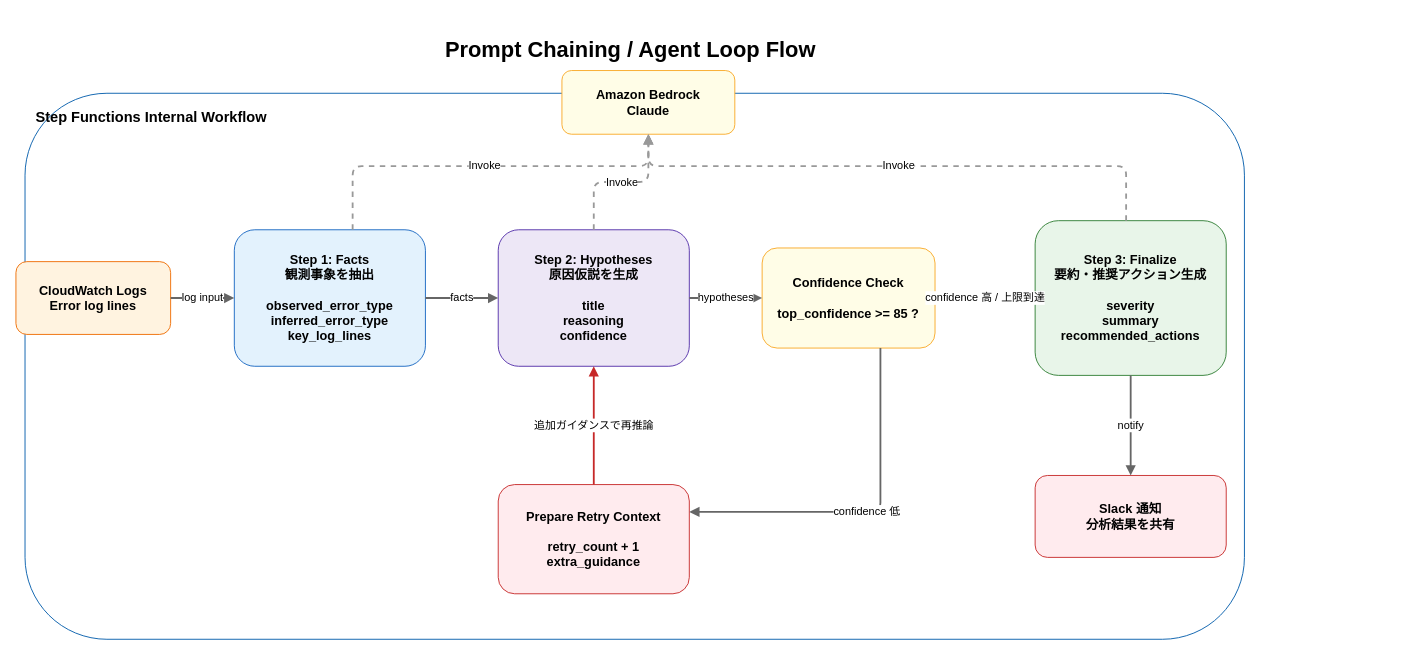
Before: docs/reasoning_flow.drawio in Saxon-Pi/ai-sre-assistant, a draw.io diagram. Source tidied: cells renumbered, new cells numbered last; positions are measured from the earlier drawing's top-left corner, leaving out a move shared by most shapes. Both pictures are drawn from the tidied source at 91%, with x=0, y=0 at pixel (15, 29). Pictures stored in the file or linked from it are replaced by grey dashed boxes.
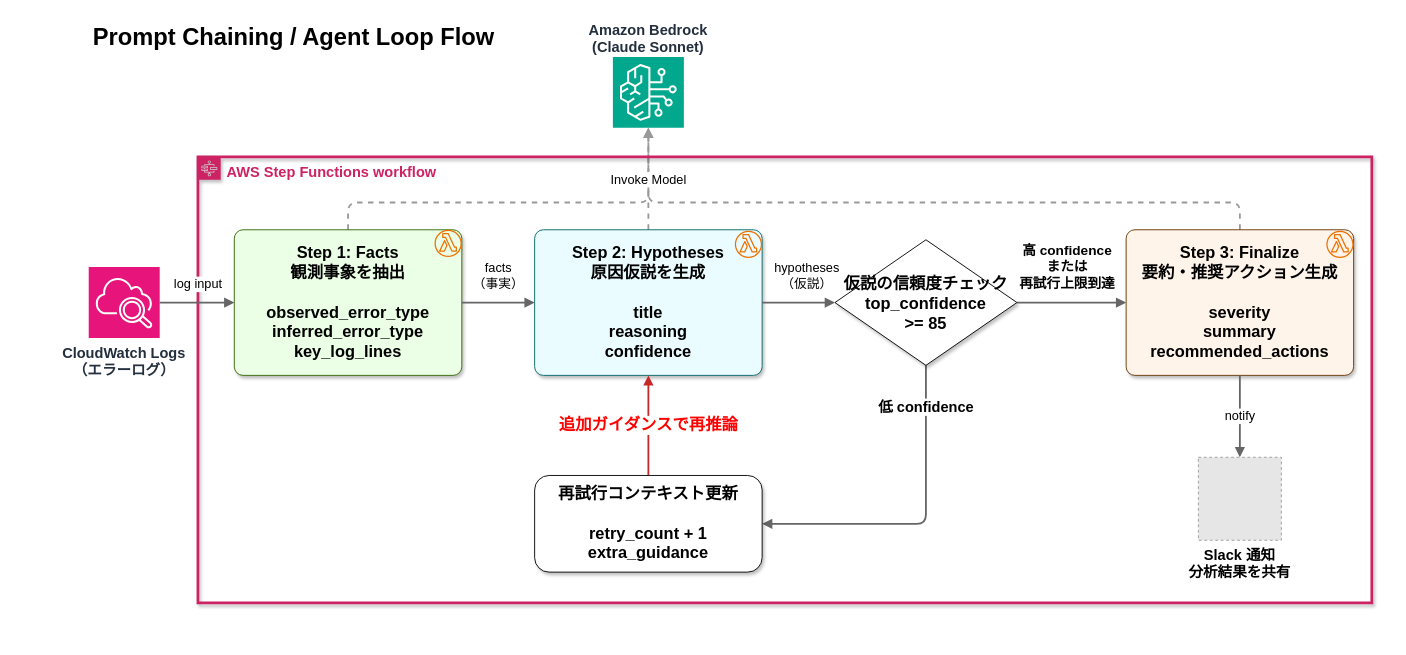
The same diagram, later.

Commit message (it also covers changes not shown here):
Prompt Chaining図作成

The edit, as a diff of the source:
```diff
@@
+    <mxCell id="22" style="rounded=0;whiteSpace=wrap;html=1;fillColor=#FFFFFF;strokeColor=#FFFFFF;fontSize=26;fontStyle=1;align=center;verticalAlign=middle;spacing=8;" parent="1" vertex="1">
+      <mxGeometry x="40" y="110" width="10" height="520" as="geometry" />
+    </mxCell>
+    <mxCell id="21" style="endArrow=block;html=1;rounded=1;strokeWidth=2;dashed=1;strokeColor=#999999;fontSize=12;edgeStyle=orthogonalEdgeStyle;entryX=0.5;entryY=1;entryDx=0;entryDy=0;exitX=0.5;exitY=0;exitDx=0;exitDy=0;entryPerimeter=0;" parent="1" edge="1" source="9" target="24">
+      <mxGeometry relative="1" as="geometry">
+        <Array as="points">
+          <mxPoint x="1345" y="190" />
+          <mxPoint x="695" y="190" />
+        </Array>
+      </mxGeometry>
+    </mxCell>
+    <mxCell id="19" style="endArrow=block;html=1;rounded=1;strokeWidth=2;dashed=1;strokeColor=#999999;fontSize=12;edgeStyle=orthogonalEdgeStyle;entryX=0.5;entryY=1;entryDx=0;entryDy=0;entryPerimeter=0;" parent="1" edge="1" source="5" target="24">
+      <mxGeometry relative="1" as="geometry">
+        <Array as="points">
+          <mxPoint x="365" y="190" />
+          <mxPoint x="695" y="190" />
+        </Array>
+      </mxGeometry>
+    </mxCell>
+    <mxCell id="20" value="&lt;font style=&quot;font-size: 14px;&quot;&gt;Invoke Model&lt;/font&gt;" style="endArrow=block;html=1;rounded=1;strokeWidth=2;dashed=1;strokeColor=#999999;fontSize=12;edgeStyle=orthogonalEdgeStyle;entryX=0.5;entryY=1;entryDx=0;entryDy=0;entryPerimeter=0;" parent="1" edge="1" source="6" target="24">
+      <mxGeometry x="-0.02" relative="1" as="geometry" />
+    </mxCell>
+    <mxCell id="23" value="&lt;font style=&quot;font-size: 16px;&quot;&gt;&lt;b style=&quot;background-color: rgb(255, 255, 255);&quot;&gt;AWS Step Functions workflow&lt;/b&gt;&lt;/font&gt;" style="gradientColor=none;html=1;whiteSpace=wrap;fontSize=12;fontStyle=0;shape=mxgraph.aws4.group;grIcon=mxgraph.aws4.group_aws_step_functions_workflow;strokeColor=#CD2264;fillColor=none;verticalAlign=top;align=left;spacingLeft=30;fontColor=#CD2264;dashed=0;strokeWidth=3;shadow=1;" parent="1" vertex="1">
+      <mxGeometry x="200" y="140" width="1290" height="490" as="geometry" />
+    </mxCell>
-    <mxCell id="2" value="Prompt Chaining / Agent Loop Flow" style="text;html=1;strokeColor=none;fillColor=none;fontSize=24;fontStyle=1;align=center;verticalAlign=middle;" parent="1" vertex="1">
-      <mxGeometry x="350" width="650" height="45" as="geometry" />
+    <mxCell id="2" value="Prompt Chaining / Agent Loop Flow" style="text;html=1;strokeColor=none;fillColor=none;fontSize=26;fontStyle=1;align=center;verticalAlign=middle;" parent="1" vertex="1">
+      <mxGeometry x="70" y="-15" width="470" height="45" as="geometry" />
     </mxCell>
-    <mxCell id="3" value="Step Functions Internal Workflow" style="rounded=1;whiteSpace=wrap;html=1;fillColor=#FFFFFF;strokeColor=#005BAA;dashed=0;fontSize=16;fontStyle=1;align=left;verticalAlign=top;spacing=12;" parent="1" vertex="1">
-      <mxGeometry x="10" y="70" width="1340" height="600" as="geometry" />
-    </mxCell>
-    <mxCell id="4" value="CloudWatch Logs&lt;br&gt;Error log lines" style="rounded=1;whiteSpace=wrap;html=1;fillColor=#FFF3E0;strokeColor=#EF6C00;fontSize=14;fontStyle=1;align=center;verticalAlign=middle;spacing=8;" parent="1" vertex="1">
-      <mxGeometry y="255" width="170" height="80" as="geometry" />
-    </mxCell>
-    <mxCell id="5" value="Step 1: Facts&lt;br&gt;観測事象を抽出&lt;br&gt;&lt;br&gt;observed_error_type&lt;br&gt;inferred_error_type&lt;br&gt;key_log_lines" style="rounded=1;whiteSpace=wrap;html=1;fillColor=#E3F2FD;strokeColor=#1565C0;fontSize=14;fontStyle=1;align=center;verticalAlign=middle;spacing=8;" parent="1" vertex="1">
-      <mxGeometry x="240" y="220" width="210" height="150" as="geometry" />
+    <mxCell id="5" value="&lt;font&gt;Step 1: Facts&lt;br&gt;観測事象を抽出&lt;br&gt;&lt;br&gt;observed_error_type&lt;br&gt;inferred_error_type&lt;br&gt;key_log_lines&lt;/font&gt;" style="rounded=1;whiteSpace=wrap;html=1;fillColor=#EAFFE5;strokeColor=#336600;fontSize=18;fontStyle=1;align=center;verticalAlign=middle;spacing=8;shadow=1;glass=0;arcSize=6;" parent="1" vertex="1">
+      <mxGeometry x="240" y="220" width="250" height="160" as="geometry" />
     </mxCell>
-    <mxCell id="6" value="Step 2: Hypotheses&lt;br&gt;原因仮説を生成&lt;br&gt;&lt;br&gt;title&lt;br&gt;reasoning&lt;br&gt;confidence" style="rounded=1;whiteSpace=wrap;html=1;fillColor=#EDE7F6;strokeColor=#512DA8;fontSize=14;fontStyle=1;align=center;verticalAlign=middle;spacing=8;" parent="1" vertex="1">
-      <mxGeometry x="530" y="220" width="210" height="150" as="geometry" />
+    <mxCell id="6" value="&lt;font&gt;Step 2: Hypotheses&lt;br&gt;原因仮説を生成&lt;br&gt;&lt;br&gt;title&lt;br&gt;reasoning&lt;br&gt;confidence&lt;/font&gt;" style="rounded=1;whiteSpace=wrap;html=1;fillColor=#EAFCFF;strokeColor=#006666;fontSize=18;fontStyle=1;align=center;verticalAlign=middle;spacing=8;shadow=1;glass=0;arcSize=6;fontFamily=Helvetica;" parent="1" vertex="1">
+      <mxGeometry x="570" y="220" width="250" height="160" as="geometry" />
     </mxCell>
-    <mxCell id="7" value="Confidence Check&lt;br&gt;&lt;br&gt;top_confidence &gt;= 85 ?" style="rounded=1;whiteSpace=wrap;html=1;fillColor=#FFFDE7;strokeColor=#F9A825;fontSize=14;fontStyle=1;align=center;verticalAlign=middle;spacing=8;" parent="1" vertex="1">
-      <mxGeometry x="820" y="240" width="190" height="110" as="geometry" />
-    </mxCell>
-    <mxCell id="8" value="Prepare Retry Context&lt;br&gt;&lt;br&gt;retry_count + 1&lt;br&gt;extra_guidance" style="rounded=1;whiteSpace=wrap;html=1;fillColor=#FFEBEE;strokeColor=#C62828;fontSize=14;fontStyle=1;align=center;verticalAlign=middle;spacing=8;" parent="1" vertex="1">
-      <mxGeometry x="530" y="500" width="210" height="120" as="geometry" />
-    </mxCell>
-    <mxCell id="9" value="Step 3: Finalize&lt;br&gt;要約・推奨アクション生成&lt;br&gt;&lt;br&gt;severity&lt;br&gt;summary&lt;br&gt;recommended_actions" style="rounded=1;whiteSpace=wrap;html=1;fillColor=#E8F5E9;strokeColor=#2E7D32;fontSize=14;fontStyle=1;align=center;verticalAlign=middle;spacing=8;" parent="1" vertex="1">
-      <mxGeometry x="1120" y="210" width="210" height="170" as="geometry" />
+    <mxCell id="9" value="Step 3: Finalize&lt;br&gt;要約・推奨アクション生成&lt;br&gt;&lt;br&gt;severity&lt;br&gt;summary&lt;br&gt;recommended_actions" style="rounded=1;whiteSpace=wrap;html=1;fillColor=#FFF4EA;strokeColor=#663300;fontSize=18;fontStyle=1;align=center;verticalAlign=middle;spacing=8;shadow=1;glass=0;arcSize=6;fontFamily=Helvetica;" parent="1" vertex="1">
+      <mxGeometry x="1220" y="220" width="250" height="160" as="geometry" />
     </mxCell>
-    <mxCell id="10" value="Slack 通知&lt;br&gt;分析結果を共有" style="rounded=1;whiteSpace=wrap;html=1;fillColor=#FFEBEE;strokeColor=#C62828;fontSize=14;fontStyle=1;align=center;verticalAlign=middle;spacing=8;" parent="1" vertex="1">
-      <mxGeometry x="1120" y="490" width="210" height="90" as="geometry" />
-    </mxCell>
-    <mxCell id="11" value="Amazon Bedrock&lt;br&gt;Claude" style="rounded=1;whiteSpace=wrap;html=1;fillColor=#FFFDE7;strokeColor=#F9A825;fontSize=14;fontStyle=1;align=center;verticalAlign=middle;spacing=8;" parent="1" vertex="1">
-      <mxGeometry x="600" y="45" width="190" height="70" as="geometry" />
-    </mxCell>
-    <mxCell id="12" value="log input" style="endArrow=block;html=1;rounded=1;strokeWidth=2;dashed=0;strokeColor=#666666;fontSize=12;edgeStyle=orthogonalEdgeStyle;" parent="1" edge="1" source="4" target="5">
-      <mxGeometry relative="1" as="geometry" />
+    <mxCell id="12" value="&lt;font&gt;log input&lt;/font&gt;" style="endArrow=block;html=1;rounded=1;strokeWidth=2;dashed=0;strokeColor=#666666;fontSize=14;edgeStyle=orthogonalEdgeStyle;exitX=1;exitY=0.5;exitDx=0;exitDy=0;exitPerimeter=0;" parent="1" edge="1" source="25" target="5">
+      <mxGeometry x="0.02" y="20" relative="1" as="geometry" />
     </mxCell>
-    <mxCell id="13" value="facts" style="endArrow=block;html=1;rounded=1;strokeWidth=2;dashed=0;strokeColor=#666666;fontSize=12;edgeStyle=orthogonalEdgeStyle;" parent="1" edge="1" source="5" target="6">
-      <mxGeometry relative="1" as="geometry" />
+    <mxCell id="13" value="&lt;font style=&quot;font-size: 14px;&quot;&gt;facts&lt;/font&gt;&lt;div&gt;&lt;font style=&quot;font-size: 14px;&quot;&gt;（事実）&lt;/font&gt;&lt;/div&gt;" style="endArrow=block;html=1;rounded=1;strokeWidth=2;dashed=0;strokeColor=#666666;fontSize=12;edgeStyle=orthogonalEdgeStyle;" parent="1" edge="1" source="5" target="6">
+      <mxGeometry y="30" relative="1" as="geometry" />
     </mxCell>
-    <mxCell id="14" value="hypotheses" style="endArrow=block;html=1;rounded=1;strokeWidth=2;dashed=0;strokeColor=#666666;fontSize=12;edgeStyle=orthogonalEdgeStyle;" parent="1" edge="1" source="6" target="7">
-      <mxGeometry relative="1" as="geometry" />
+    <mxCell id="14" value="&lt;font style=&quot;font-size: 14px;&quot;&gt;hypotheses&lt;/font&gt;&lt;div&gt;&lt;font style=&quot;font-size: 14px;&quot;&gt;（仮説）&lt;/font&gt;&lt;/div&gt;" style="endArrow=block;html=1;rounded=1;strokeWidth=2;dashed=0;strokeColor=#666666;fontSize=12;edgeStyle=orthogonalEdgeStyle;entryX=0;entryY=0.5;entryDx=0;entryDy=0;" parent="1" edge="1" source="6" target="26">
+      <mxGeometry x="0.25" y="30" relative="1" as="geometry">
+        <mxPoint x="-1" as="offset" />
+      </mxGeometry>
     </mxCell>
-    <mxCell id="15" value="confidence 高 / 上限到達" style="endArrow=block;html=1;rounded=1;strokeWidth=2;dashed=0;strokeColor=#666666;fontSize=12;edgeStyle=orthogonalEdgeStyle;" parent="1" edge="1" source="7" target="9">
-      <mxGeometry relative="1" as="geometry" />
+    <mxCell id="15" value="&lt;font style=&quot;font-size: 15px;&quot;&gt;&lt;b style=&quot;&quot;&gt;高 confidence&lt;/b&gt;&lt;/font&gt;&lt;div&gt;&lt;b&gt;&lt;font style=&quot;font-size: 15px;&quot;&gt;または&lt;/font&gt;&lt;/b&gt;&lt;/div&gt;&lt;div&gt;&lt;b style=&quot;&quot;&gt;&lt;font style=&quot;font-size: 15px;&quot;&gt;再試行上限到達&lt;/font&gt;&lt;/b&gt;&lt;/div&gt;" style="endArrow=block;html=1;rounded=1;strokeWidth=2;dashed=0;strokeColor=#666666;fontSize=12;edgeStyle=orthogonalEdgeStyle;exitX=1;exitY=0.5;exitDx=0;exitDy=0;" parent="1" edge="1" source="26" target="9">
+      <mxGeometry x="-0.09" y="40" relative="1" as="geometry" />
     </mxCell>
-    <mxCell id="16" value="confidence 低" style="endArrow=block;html=1;rounded=1;strokeWidth=2;dashed=0;strokeColor=#666666;fontSize=12;edgeStyle=orthogonalEdgeStyle;" parent="1" edge="1" source="7" target="8">
-      <mxGeometry relative="1" as="geometry">
-        <Array as="points">
-          <mxPoint x="950" y="530" />
-        </Array>
-      </mxGeometry>
+    <mxCell id="16" value="&lt;font style=&quot;font-size: 16px;&quot;&gt;&lt;b&gt;低 confidence&lt;/b&gt;&lt;/font&gt;" style="endArrow=block;html=1;rounded=1;strokeWidth=2;dashed=0;strokeColor=#666666;fontSize=12;edgeStyle=orthogonalEdgeStyle;exitX=0.5;exitY=1;exitDx=0;exitDy=0;entryX=1;entryY=0.5;entryDx=0;entryDy=0;" parent="1" edge="1" source="26" target="27">
+      <mxGeometry x="-0.74" relative="1" as="geometry" />
     </mxCell>
-    <mxCell id="17" value="追加ガイダンスで再推論" style="endArrow=block;html=1;rounded=1;strokeWidth=2;dashed=0;strokeColor=#C62828;fontSize=12;edgeStyle=orthogonalEdgeStyle;" parent="1" edge="1" source="8" target="6">
+    <mxCell id="17" value="&lt;font style=&quot;color: rgb(255, 0, 0); font-size: 18px;&quot;&gt;&lt;b style=&quot;&quot;&gt;追加ガイダンスで再推論&lt;/b&gt;&lt;/font&gt;" style="endArrow=block;html=1;rounded=1;strokeWidth=2;dashed=0;strokeColor=#C62828;fontSize=12;edgeStyle=orthogonalEdgeStyle;exitX=0.5;exitY=0;exitDx=0;exitDy=0;" parent="1" edge="1" source="27" target="6">
       <mxGeometry relative="1" as="geometry" />
     </mxCell>
-    <mxCell id="18" value="notify" style="endArrow=block;html=1;rounded=1;strokeWidth=2;dashed=0;strokeColor=#666666;fontSize=12;edgeStyle=orthogonalEdgeStyle;" parent="1" edge="1" source="9" target="10">
+    <mxCell id="18" value="&lt;font style=&quot;font-size: 14px;&quot;&gt;notify&lt;/font&gt;" style="endArrow=block;html=1;rounded=1;strokeWidth=2;dashed=0;strokeColor=#666666;fontSize=12;edgeStyle=orthogonalEdgeStyle;entryX=0.5;entryY=0;entryDx=0;entryDy=0;" parent="1" edge="1" source="9" target="10">
       <mxGeometry relative="1" as="geometry" />
     </mxCell>
-    <mxCell id="19" value="Invoke" style="endArrow=block;html=1;rounded=1;strokeWidth=2;dashed=1;strokeColor=#999999;fontSize=12;edgeStyle=orthogonalEdgeStyle;" parent="1" edge="1" source="5" target="11">
-      <mxGeometry relative="1" as="geometry">
-        <Array as="points">
-          <mxPoint x="370" y="150" />
-          <mxPoint x="695" y="150" />
-        </Array>
-      </mxGeometry>
-    </mxCell>
-    <mxCell id="20" value="Invoke" style="endArrow=block;html=1;rounded=1;strokeWidth=2;dashed=1;strokeColor=#999999;fontSize=12;edgeStyle=orthogonalEdgeStyle;" parent="1" edge="1" source="6" target="11">
-      <mxGeometry relative="1" as="geometry" />
-    </mxCell>
-    <mxCell id="21" value="Invoke" style="endArrow=block;html=1;rounded=1;strokeWidth=2;dashed=1;strokeColor=#999999;fontSize=12;edgeStyle=orthogonalEdgeStyle;entryX=0.5;entryY=1;entryDx=0;entryDy=0;" parent="1" edge="1" source="9" target="11">
-      <mxGeometry relative="1" as="geometry">
-        <Array as="points">
-          <mxPoint x="1220" y="150" />
-          <mxPoint x="695" y="150" />
-        </Array>
-      </mxGeometry>
-    </mxCell>
+    <mxCell id="24" value="Amazon Bedrock&#10;(Claude Sonnet)" style="sketch=0;points=[[0,0,0],[0.25,0,0],[0.5,0,0],[0.75,0,0],[1,0,0],[0,1,0],[0.25,1,0],[0.5,1,0],[0.75,1,0],[1,1,0],[0,0.25,0],[0,0.5,0],[0,0.75,0],[1,0.25,0],[1,0.5,0],[1,0.75,0]];outlineConnect=0;fontColor=#232F3E;fillColor=#01A88D;strokeColor=#ffffff;dashed=0;verticalLabelPosition=top;verticalAlign=bottom;align=center;fontSize=16;fontStyle=1;shape=mxgraph.aws4.resourceIcon;resIcon=mxgraph.aws4.bedrock;labelPosition=center;" parent="1" vertex="1">
+      <mxGeometry x="656" y="30" width="78" height="78" as="geometry" />
+    </mxCell>
+    <mxCell id="25" value="CloudWatch Logs&#10;（エラーログ）" style="sketch=0;points=[[0,0,0],[0.25,0,0],[0.5,0,0],[0.75,0,0],[1,0,0],[0,1,0],[0.25,1,0],[0.5,1,0],[0.75,1,0],[1,1,0],[0,0.25,0],[0,0.5,0],[0,0.75,0],[1,0.25,0],[1,0.5,0],[1,0.75,0]];points=[[0,0,0],[0.25,0,0],[0.5,0,0],[0.75,0,0],[1,0,0],[0,1,0],[0.25,1,0],[0.5,1,0],[0.75,1,0],[1,1,0],[0,0.25,0],[0,0.5,0],[0,0.75,0],[1,0.25,0],[1,0.5,0],[1,0.75,0]];outlineConnect=0;fontColor=#232F3E;fillColor=#E7157B;strokeColor=#ffffff;dashed=0;verticalLabelPosition=bottom;verticalAlign=top;align=center;fontSize=16;fontStyle=1;shape=mxgraph.aws4.resourceIcon;resIcon=mxgraph.aws4.cloudwatch_2;flipV=0;" parent="1" vertex="1">
+      <mxGeometry x="80" y="261" width="78" height="78" as="geometry" />
+    </mxCell>
+    <mxCell id="10" value="Slack 通知&#10;分析結果を共有" style="fillColor=#E6E6E6;strokeColor=#999999;dashed=1;verticalLabelPosition=bottom;labelBackgroundColor=default;verticalAlign=top;fontSize=16;fontStyle=1;" parent="1" vertex="1">
+      <mxGeometry x="1299.4" y="470" width="91.2" height="91.2" as="geometry" />
+    </mxCell>
+    <mxCell id="26" value="仮説の信頼度チェック&#10;top_confidence&#10;&gt;= 85" style="rhombus;shadow=1;fontStyle=1;fontSize=18;" parent="1" vertex="1">
+      <mxGeometry x="900" y="231" width="200" height="138" as="geometry" />
+    </mxCell>
+    <mxCell id="27" value="&lt;span style=&quot;font-weight: 700;&quot;&gt;&lt;font style=&quot;font-size: 18px;&quot;&gt;再試行コンテキスト更新&lt;/font&gt;&lt;/span&gt;&lt;div&gt;&lt;font style=&quot;font-size: 18px;&quot;&gt;&lt;font style=&quot;&quot;&gt;&lt;br style=&quot;scrollbar-color: light-dark(#e2e2e2, #4b4b4b)&amp;lt;br/&amp;gt;&#9;&#9;&#9;&#9;&#9;light-dark(#fbfbfb, var(--dark-panel-color)); font-weight: 700;&quot;&gt;&lt;/font&gt;&lt;span style=&quot;font-weight: 700;&quot;&gt;retry_count + 1&lt;/span&gt;&lt;br style=&quot;scrollbar-color: light-dark(#e2e2e2, #4b4b4b)&amp;lt;br/&amp;gt;&#9;&#9;&#9;&#9;&#9;light-dark(#fbfbfb, var(--dark-panel-color)); font-weight: 700;&quot;&gt;&lt;span style=&quot;font-weight: 700;&quot;&gt;extra_guidance&lt;/span&gt;&lt;/font&gt;&lt;/div&gt;" style="rounded=1;whiteSpace=wrap;html=1;shadow=1;" parent="1" vertex="1">
+      <mxGeometry x="570" y="490" width="250" height="106.2" as="geometry" />
+    </mxCell>
+    <mxCell id="28" style="rounded=0;whiteSpace=wrap;html=1;fillColor=#FFFFFF;strokeColor=#FFFFFF;fontSize=26;fontStyle=1;align=center;verticalAlign=middle;spacing=8;" parent="1" vertex="1">
+      <mxGeometry x="200" y="640" width="910" height="10" as="geometry" />
+    </mxCell>
+    <mxCell id="29" style="rounded=0;whiteSpace=wrap;html=1;fillColor=#FFFFFF;strokeColor=#FFFFFF;fontSize=26;fontStyle=1;align=center;verticalAlign=middle;spacing=8;" parent="1" vertex="1">
+      <mxGeometry x="1500" y="120" width="10" height="520" as="geometry" />
+    </mxCell>
+    <mxCell id="30" style="sketch=0;fontColor=#232F3E;gradientColor=none;fillColor=#ED7100;strokeColor=none;dashed=0;verticalLabelPosition=bottom;verticalAlign=top;align=center;html=1;fontSize=12;fontStyle=0;shape=mxgraph.aws4.lambda_function;" parent="1" vertex="1">
+      <mxGeometry x="460" y="220" width="30" height="30" as="geometry" />
+    </mxCell>
+    <mxCell id="31" style="sketch=0;fontColor=#232F3E;gradientColor=none;fillColor=#ED7100;strokeColor=none;dashed=0;verticalLabelPosition=bottom;verticalAlign=top;align=center;html=1;fontSize=12;fontStyle=0;shape=mxgraph.aws4.lambda_function;" parent="1" vertex="1">
+      <mxGeometry x="790" y="221" width="30" height="30" as="geometry" />
+    </mxCell>
+    <mxCell id="32" style="sketch=0;fontColor=#232F3E;gradientColor=none;fillColor=#ED7100;strokeColor=none;dashed=0;verticalLabelPosition=bottom;verticalAlign=top;align=center;html=1;fontSize=12;fontStyle=0;shape=mxgraph.aws4.lambda_function;" parent="1" vertex="1">
+      <mxGeometry x="1440" y="221" width="30" height="30" as="geometry" />
+    </mxCell>
```
